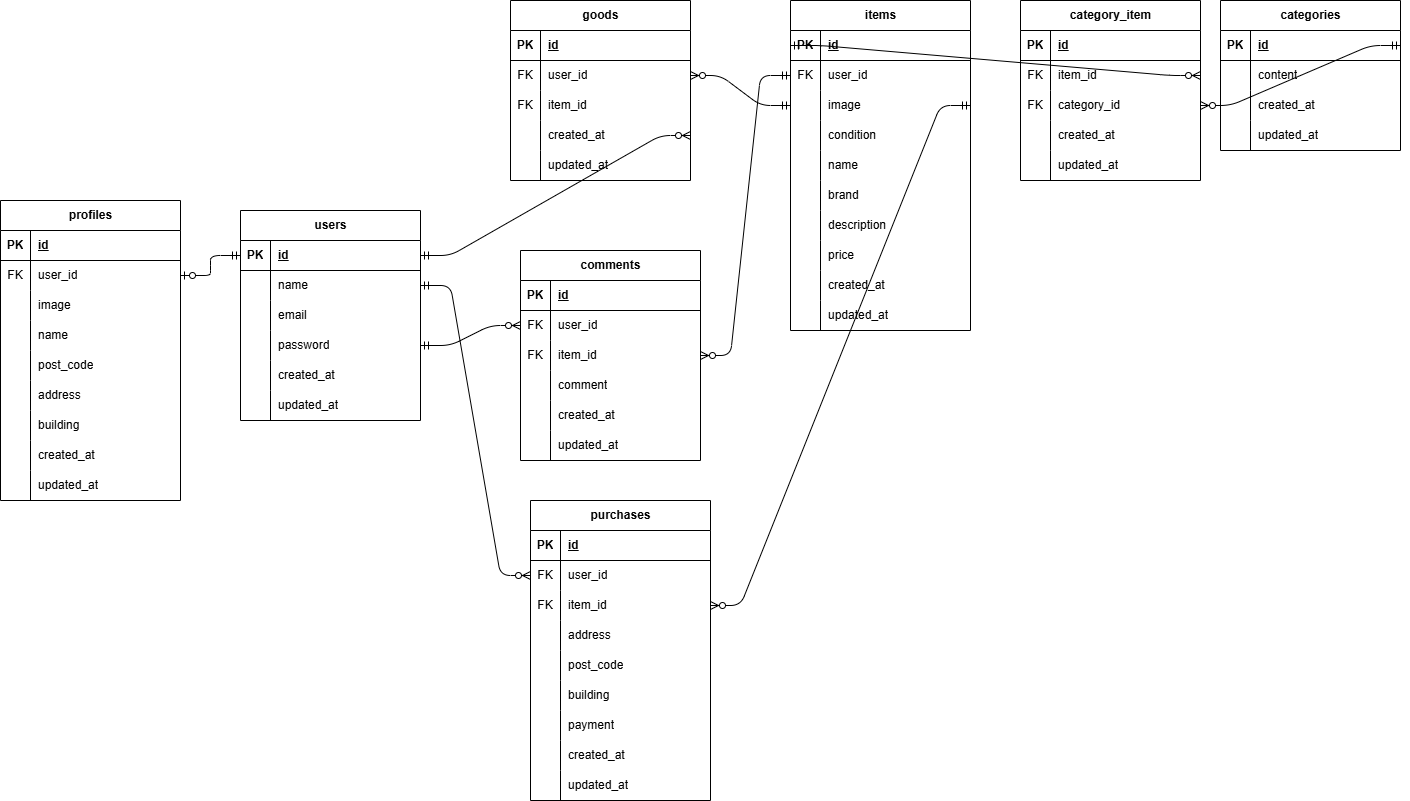
Above: ER.drawio.png in yuukuroda/kuroda-freemarket (draw.io), before the change. Source tidied: cells renumbered, new cells last; positions are measured from the earlier drawing's top-left corner, leaving out a move shared by most shapes.
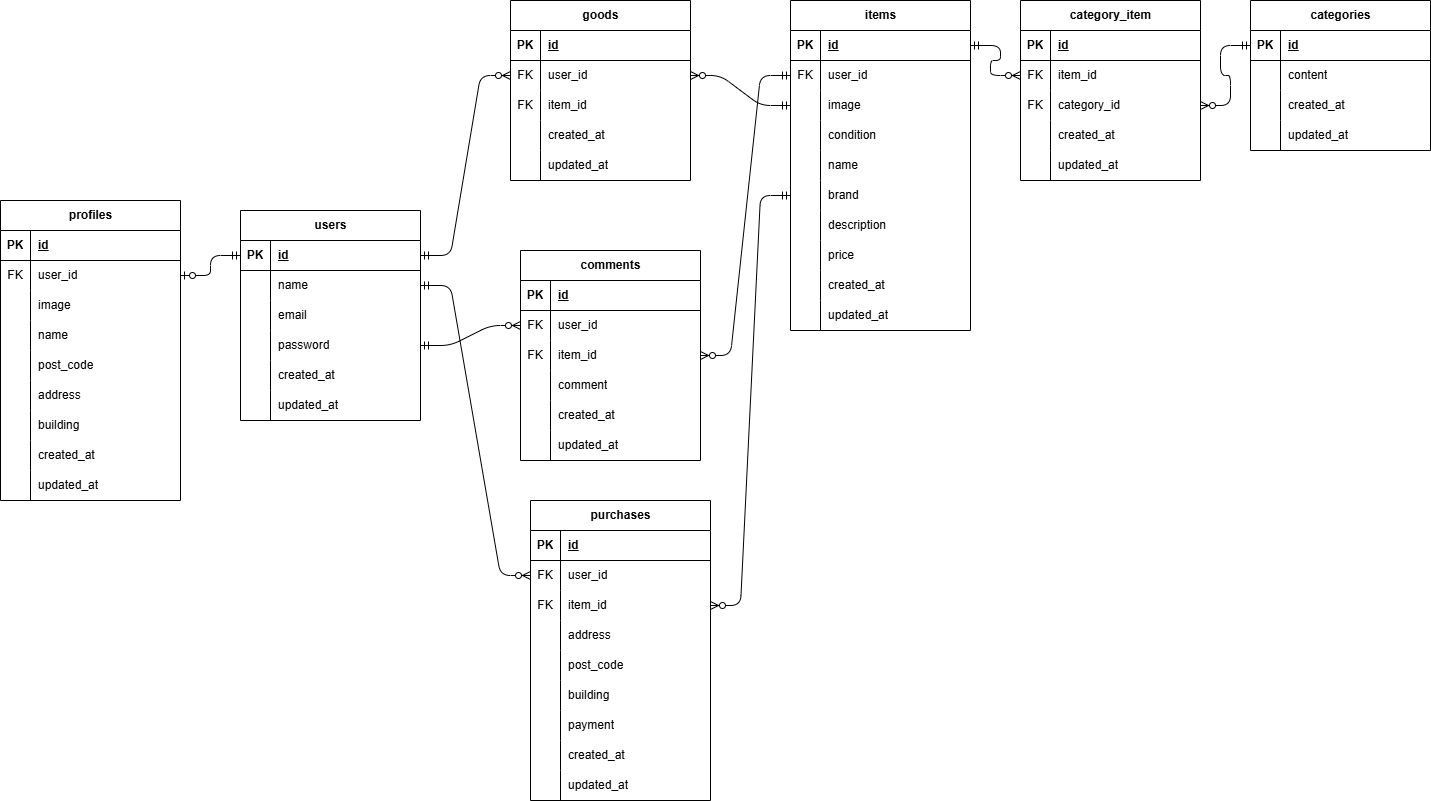
Later version of the same file.

Commit message:
細かい修正をしました

Diff of the diagram source:
```diff
@@ -96,7 +96,7 @@
       <mxGeometry x="30" width="150" height="30" as="geometry" />
     </mxCell>
     <mxCell id="33" value="categories" style="shape=table;startSize=30;rowLines=0;fontStyle=1;align=center;html=1;" parent="1" vertex="1">
-      <mxGeometry x="1220" width="180" height="150" as="geometry" />
+      <mxGeometry x="1250" width="180" height="150" as="geometry" />
     </mxCell>
     <mxCell id="34" style="shape=tableRow;horizontal=0;startSize=0;swimlaneHead=0;swimlaneBody=0;fillColor=none;points=[[0,0.5],[1,0.5]];portConstraint=eastwest;top=0;left=0;right=0;bottom=1;" parent="33" vertex="1">
       <mxGeometry y="30" width="180" height="30" as="geometry" />
@@ -218,7 +218,7 @@
     <mxCell id="73" value="updated_at" style="shape=partialRectangle;fillColor=none;top=0;left=0;bottom=0;right=0;align=left;spacingLeft=6;overflow=hidden;whiteSpace=wrap;html=1;" parent="71" vertex="1">
       <mxGeometry x="30" width="150" height="30" as="geometry" />
     </mxCell>
-    <mxCell id="74" style="edgeStyle=entityRelationEdgeStyle;fontSize=12;html=1;endArrow=ERzeroToMany;startArrow=ERmandOne;exitX=1;exitY=0.5;exitDx=0;exitDy=0;" parent="1" edge="1" source="34" target="82">
+    <mxCell id="74" style="edgeStyle=entityRelationEdgeStyle;fontSize=12;html=1;endArrow=ERzeroToMany;startArrow=ERmandOne;exitX=0;exitY=0.5;exitDx=0;exitDy=0;" parent="1" edge="1" source="34" target="82">
       <mxGeometry relative="1" as="geometry" />
     </mxCell>
     <mxCell id="75" value="category_item" style="shape=table;startSize=30;rowLines=0;fontStyle=1;align=center;html=1;" parent="1" vertex="1">
@@ -269,7 +269,7 @@
     <mxCell id="90" value="updated_at" style="shape=partialRectangle;fillColor=none;top=0;left=0;bottom=0;right=0;align=left;spacingLeft=6;overflow=hidden;whiteSpace=wrap;html=1;" parent="88" vertex="1">
       <mxGeometry x="30" width="150" height="30" as="geometry" />
     </mxCell>
-    <mxCell id="91" style="edgeStyle=entityRelationEdgeStyle;fontSize=12;html=1;endArrow=ERzeroToMany;startArrow=ERmandOne;exitX=0;exitY=0.5;exitDx=0;exitDy=0;entryX=1;entryY=0.5;entryDx=0;entryDy=0;" parent="1" edge="1" source="3" target="79">
+    <mxCell id="91" style="edgeStyle=entityRelationEdgeStyle;fontSize=12;html=1;endArrow=ERzeroToMany;startArrow=ERmandOne;exitX=1;exitY=0.5;exitDx=0;exitDy=0;entryX=0;entryY=0.5;entryDx=0;entryDy=0;" parent="1" edge="1" source="3" target="79">
       <mxGeometry relative="1" as="geometry" />
     </mxCell>
     <mxCell id="92" value="users" style="shape=table;startSize=30;rowLines=0;fontStyle=1;align=center;html=1;" parent="1" vertex="1">
@@ -521,7 +521,7 @@
     <mxCell id="174" style="edgeStyle=entityRelationEdgeStyle;fontSize=12;html=1;endArrow=ERzeroToMany;startArrow=ERmandOne;entryX=1;entryY=0.5;entryDx=0;entryDy=0;" parent="1" edge="1" source="9" target="115">
       <mxGeometry relative="1" as="geometry" />
     </mxCell>
-    <mxCell id="175" style="edgeStyle=entityRelationEdgeStyle;fontSize=12;html=1;endArrow=ERzeroToMany;startArrow=ERmandOne;entryX=1;entryY=0.5;entryDx=0;entryDy=0;" parent="1" edge="1" source="93" target="121">
+    <mxCell id="175" style="edgeStyle=entityRelationEdgeStyle;fontSize=12;html=1;endArrow=ERzeroToMany;startArrow=ERmandOne;entryX=0;entryY=0.5;entryDx=0;entryDy=0;" parent="1" edge="1" source="93" target="115">
       <mxGeometry relative="1" as="geometry" />
     </mxCell>
     <mxCell id="176" style="edgeStyle=entityRelationEdgeStyle;fontSize=12;html=1;endArrow=ERzeroToOne;startArrow=ERmandOne;entryX=1;entryY=0.5;entryDx=0;entryDy=0;endFill=0;" parent="1" edge="1" source="93" target="50">
@@ -533,7 +533,7 @@
     <mxCell id="178" style="edgeStyle=entityRelationEdgeStyle;fontSize=12;html=1;endArrow=ERzeroToMany;startArrow=ERmandOne;" parent="1" edge="1" source="96" target="150">
       <mxGeometry relative="1" as="geometry" />
     </mxCell>
-    <mxCell id="179" style="edgeStyle=entityRelationEdgeStyle;fontSize=12;html=1;endArrow=ERzeroToMany;startArrow=ERmandOne;exitX=1;exitY=0.5;exitDx=0;exitDy=0;" parent="1" edge="1" source="9" target="153">
+    <mxCell id="179" style="edgeStyle=entityRelationEdgeStyle;fontSize=12;html=1;endArrow=ERzeroToMany;startArrow=ERmandOne;exitX=0;exitY=0.5;exitDx=0;exitDy=0;" parent="1" edge="1" source="18" target="153">
       <mxGeometry relative="1" as="geometry" />
     </mxCell>
     <mxCell id="180" style="edgeStyle=entityRelationEdgeStyle;fontSize=12;html=1;endArrow=ERzeroToMany;startArrow=ERmandOne;" parent="1" edge="1" source="6" target="134">
```
